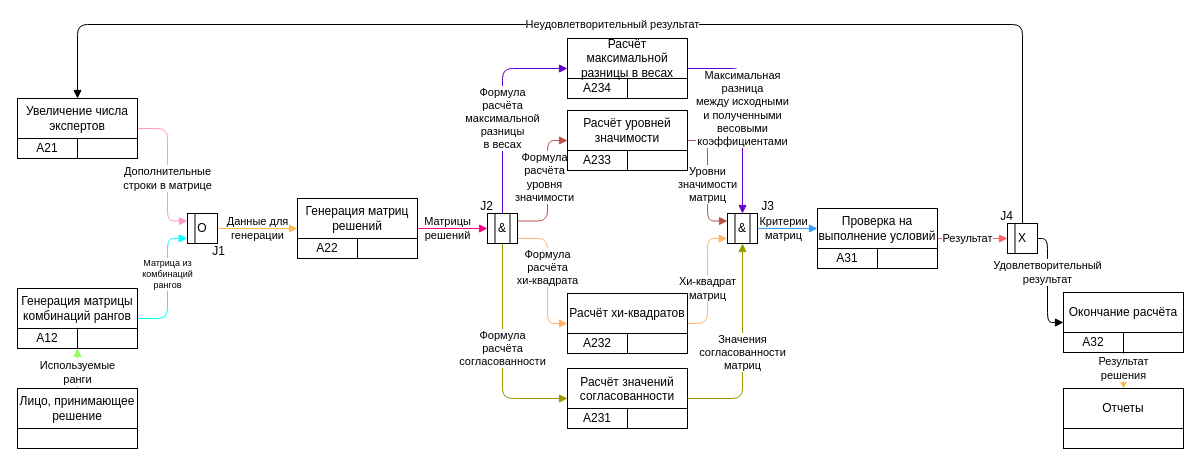
Dimj1k/Works keeps this draw.io diagram as draw_io/IDEF3.drawio. Above is the earlier version. Source tidied: cells renumbered, new cells numbered last; positions are measured from the earlier drawing's top-left corner, leaving out a move shared by most shapes. Both pictures are drawn from the tidied source at 100%, with x=0, y=0 at pixel (17, 24).
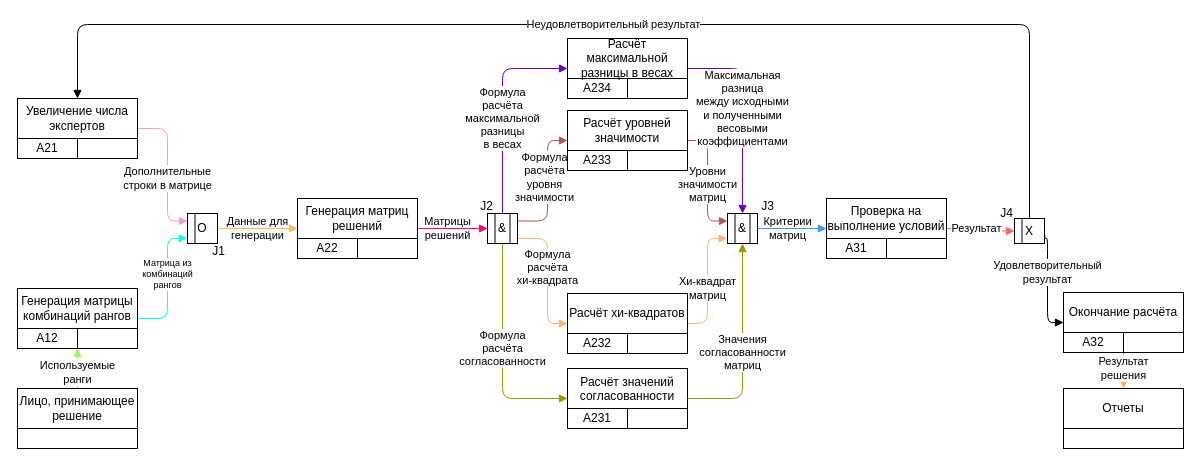
The same diagram, later.

The change refers to these unchanged cells:
```xml
<mxCell id="36" value="Проверка на выполнение условий" style="text;html=1;strokeColor=none;fillColor=none;align=center;verticalAlign=middle;whiteSpace=wrap;rounded=0;" parent="31" vertex="1">
  <mxGeometry width="120" height="40" as="geometry" />
</mxCell>
<mxCell id="64" value="&amp;amp;" style="rounded=0;whiteSpace=wrap;html=1;" parent="1" vertex="1">
  <mxGeometry x="710" y="189" width="30" height="30" as="geometry" />
</mxCell>
```

Diff of the diagram source:
```diff
@@
     <mxCell id="31" style="group;" parent="1" vertex="1">
-      <mxGeometry x="800" y="184" width="120" height="60" as="geometry" />
+      <mxGeometry x="809" y="174" width="120" height="60" as="geometry" />
     </mxCell>
@@
-    <mxCell id="37" value="Неудовлетворительный результат" style="edgeStyle=orthogonalEdgeStyle;rounded=1;jettySize=auto;html=1;exitX=0.5;exitY=0;exitDx=0;exitDy=0;endArrow=block;endFill=1;" parent="1" edge="1" source="39">
+    <mxCell id="37" value="Неудовлетворительный результат" style="edgeStyle=orthogonalEdgeStyle;rounded=1;jettySize=auto;html=1;endArrow=block;endFill=1;exitX=0.5;exitY=0;exitDx=0;exitDy=0;" parent="1" edge="1" source="39">
       <mxGeometry relative="1" as="geometry">
         <mxPoint x="60" y="74" as="targetPoint" />
         <Array as="points">
-          <mxPoint x="1005" />
+          <mxPoint x="1012" />
           <mxPoint x="60" />
         </Array>
       </mxGeometry>
     </mxCell>
@@
     <mxCell id="39" value="X" style="rounded=0;whiteSpace=wrap;html=1;" parent="1" vertex="1">
-      <mxGeometry x="990" y="199" width="30" height="30" as="geometry" />
+      <mxGeometry x="997" y="194" width="30" height="25" as="geometry" />
     </mxCell>
@@
-    <mxCell id="63" value="Критерии&lt;br&gt;матриц" style="edgeStyle=orthogonalEdgeStyle;rounded=1;jettySize=auto;html=1;entryX=0;entryY=0.5;entryDx=0;entryDy=0;endArrow=block;endFill=1;strokeColor=#369AFF;labelBackgroundColor=none;" parent="1" edge="1" source="64" target="36">
+    <mxCell id="63" value="Критерии&lt;br&gt;матриц" style="edgeStyle=orthogonalEdgeStyle;rounded=1;jettySize=auto;html=1;entryX=0;entryY=0.75;entryDx=0;entryDy=0;endArrow=block;endFill=1;strokeColor=#369AFF;labelBackgroundColor=none;" parent="1" edge="1" source="64" target="36">
       <mxGeometry x="-0.13" relative="1" as="geometry" />
     </mxCell>
@@
     <mxCell id="70" value="J4" style="text;html=1;align=center;verticalAlign=middle;strokeColor=none;fillColor=none;" parent="1" vertex="1">
-      <mxGeometry x="969" y="177" width="40" height="30" as="geometry" />
+      <mxGeometry x="969" y="174" width="40" height="30" as="geometry" />
     </mxCell>
```
